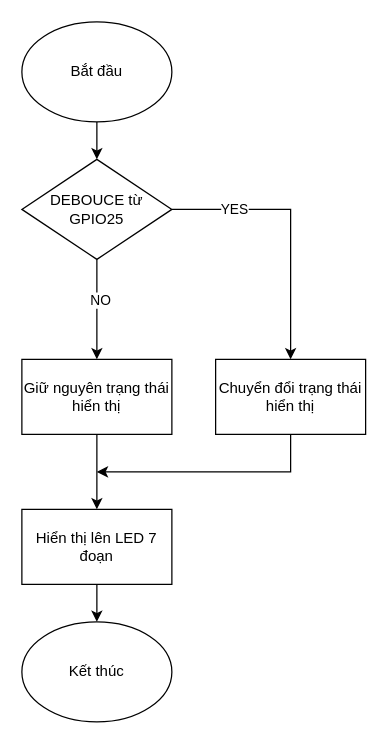
The draw.io diagram Thực hiện hiển thị trên LED 7 đoạn.drawio in ngxziet/doan1, before the edit. Source tidied: cells renumbered, new cells numbered last; positions are measured from the earlier drawing's top-left corner, leaving out a move shared by most shapes. Both pictures are drawn from the tidied source at 125%, with x=0, y=0 at pixel (21, 21).
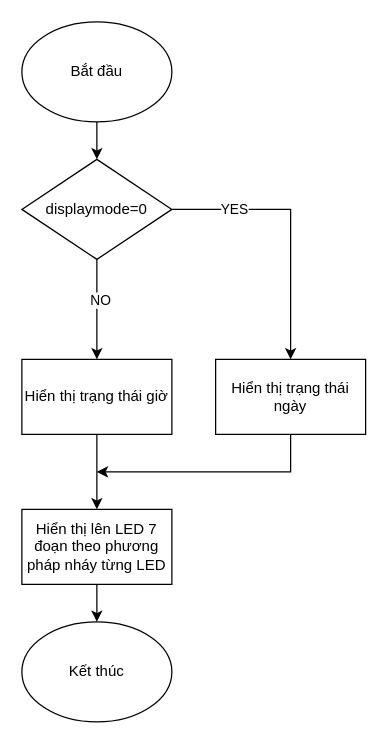
After the change.

Commit message:
Cập nhật Thực hiện hiển thị trên LED 7 đoạn.drawio

The edit, as a diff of the source:
```diff
@@
 <mxGraphModel>
   <root>
     <mxCell id="0" />
     <mxCell id="1" parent="0" />
     <mxCell id="2" style="edgeStyle=orthogonalEdgeStyle;rounded=0;jettySize=auto;html=1;" parent="1" edge="1" source="3" target="8">
       <mxGeometry relative="1" as="geometry" />
     </mxCell>
     <mxCell id="3" value="Bắt đầu" style="ellipse;whiteSpace=wrap;html=1;" parent="1" vertex="1">
       <mxGeometry width="120" height="80" as="geometry" />
     </mxCell>
     <mxCell id="4" style="edgeStyle=orthogonalEdgeStyle;rounded=0;jettySize=auto;html=1;entryX=0.5;entryY=0;entryDx=0;entryDy=0;" parent="1" edge="1" source="8" target="11">
       <mxGeometry relative="1" as="geometry" />
     </mxCell>
     <mxCell id="5" value="NO" style="edgeLabel;html=1;align=center;verticalAlign=middle;" parent="4" vertex="1">
       <mxGeometry x="-0.2" y="2" relative="1" as="geometry" />
     </mxCell>
     <mxCell id="6" style="edgeStyle=orthogonalEdgeStyle;rounded=0;jettySize=auto;html=1;" parent="1" edge="1" source="8" target="9">
       <mxGeometry relative="1" as="geometry" />
     </mxCell>
     <mxCell id="7" value="YES" style="edgeLabel;html=1;align=center;verticalAlign=middle;" parent="6" vertex="1">
       <mxGeometry x="-0.54" y="1" relative="1" as="geometry" />
     </mxCell>
-    <mxCell id="8" value="DEBOUCE từ GPIO25" style="rhombus;whiteSpace=wrap;html=1;" parent="1" vertex="1">
+    <mxCell id="8" value="displaymode=0" style="rhombus;whiteSpace=wrap;html=1;" parent="1" vertex="1">
       <mxGeometry y="110" width="120" height="80" as="geometry" />
     </mxCell>
-    <mxCell id="9" value="Chuyển đổi trạng thái hiển thị" style="whiteSpace=wrap;html=1;" parent="1" vertex="1">
+    <mxCell id="9" value="Hiển thị trạng thái ngày" style="whiteSpace=wrap;html=1;" parent="1" vertex="1">
       <mxGeometry x="155" y="270" width="120" height="60" as="geometry" />
     </mxCell>
     <mxCell id="10" style="edgeStyle=orthogonalEdgeStyle;rounded=0;jettySize=auto;html=1;entryX=0.5;entryY=0;entryDx=0;entryDy=0;" parent="1" edge="1" source="11" target="14">
       <mxGeometry relative="1" as="geometry" />
     </mxCell>
-    <mxCell id="11" value="Giữ nguyên trạng thái hiển thị" style="rounded=0;whiteSpace=wrap;html=1;" parent="1" vertex="1">
+    <mxCell id="11" value="Hiển thị trạng thái giờ" style="rounded=0;whiteSpace=wrap;html=1;" parent="1" vertex="1">
       <mxGeometry y="270" width="120" height="60" as="geometry" />
     </mxCell>
     <mxCell id="12" style="endArrow=classic;html=1;rounded=0;exitX=0.5;exitY=1;exitDx=0;exitDy=0;" parent="1" edge="1" source="9">
       <mxGeometry relative="1" as="geometry">
         <mxPoint x="60" y="360" as="targetPoint" />
         <Array as="points">
           <mxPoint x="215" y="360" />
         </Array>
       </mxGeometry>
     </mxCell>
     <mxCell id="13" style="edgeStyle=orthogonalEdgeStyle;rounded=0;jettySize=auto;html=1;" parent="1" edge="1" source="14" target="15">
       <mxGeometry relative="1" as="geometry" />
     </mxCell>
-    <mxCell id="14" value="Hiển thị lên LED 7 đoạn" style="rounded=0;whiteSpace=wrap;html=1;" parent="1" vertex="1">
+    <mxCell id="14" value="Hiển thị lên LED 7 đoạn theo phương pháp nháy từng LED" style="rounded=0;whiteSpace=wrap;html=1;" parent="1" vertex="1">
       <mxGeometry y="390" width="120" height="60" as="geometry" />
     </mxCell>
     <mxCell id="15" value="Kết thúc" style="ellipse;whiteSpace=wrap;html=1;" parent="1" vertex="1">
       <mxGeometry y="480" width="120" height="80" as="geometry" />
     </mxCell>
   </root>
 </mxGraphModel>
```
